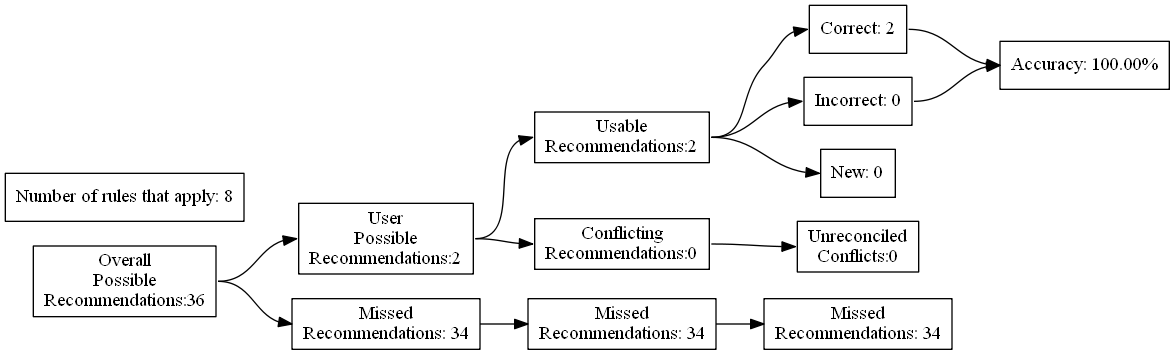
The Graphviz diagram test_renders/7.gv.png in ZaxR/ibd_diet_analysis, before a commit. Its source is kept beside it as test_renders/7.gv.
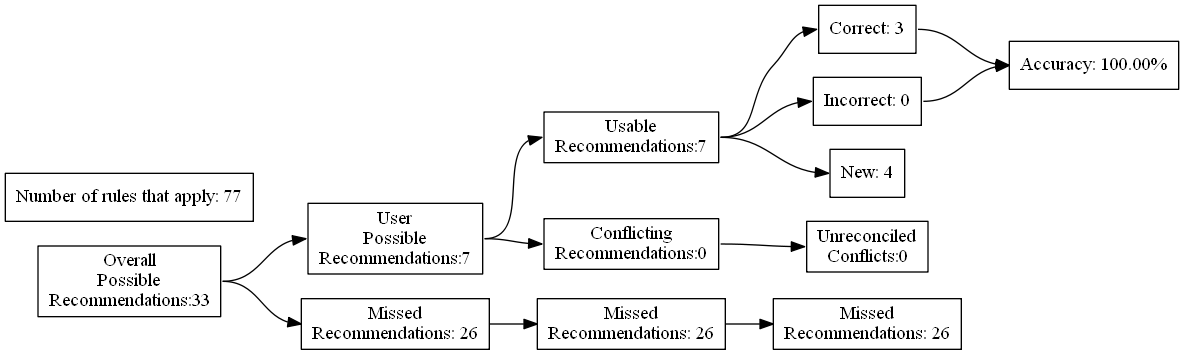
Above is the later version.

What changed in the source:
```diff
@@ -4,27 +4,27 @@
 	edge [headport=w tailport=e]
 		A [label="Overall
 Possible
-Recommendations:36"]
+Recommendations:33"]
 		B [label="User
 Possible
-Recommendations:2"]
+Recommendations:7"]
 		C [label="Missed
-Recommendations: 34"]
+Recommendations: 26"]
 		D [label="Usable
-Recommendations:2"]
+Recommendations:7"]
 		E [label="Conflicting
 Recommendations:0"]
 		J [label="Missed
-Recommendations: 34"]
+Recommendations: 26"]
 		M [label="Unreconciled
 Conflicts:0"]
-		F [label="Correct: 2"]
+		F [label="Correct: 3"]
 		G [label="Incorrect: 0"]
-		H [label="New: 0"]
+		H [label="New: 4"]
 		K [label="Missed
-Recommendations: 34"]
+Recommendations: 26"]
 		I [label="Accuracy: 100.00%"]
-		l [label="Number of rules that apply: 8"]
+		l [label="Number of rules that apply: 77"]
 			A -> B
 			A -> C
 			B -> D
```
